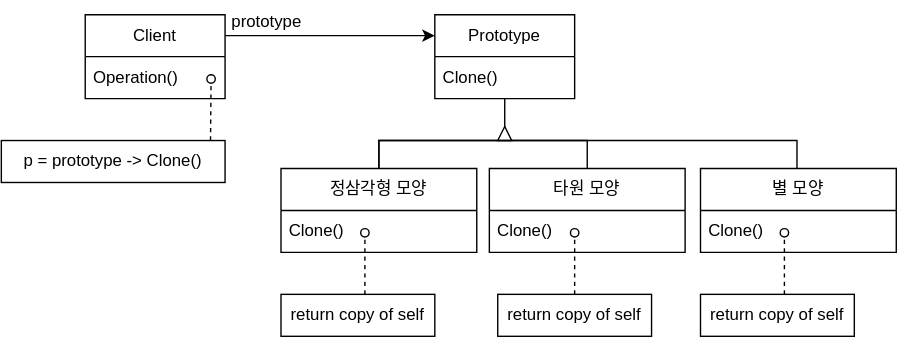
Before: resource/A5/05D983-3E2E-4D0C-8ABE-C309FEB96F75/example-drawing.svg, a diagram exported from draw.io (johngrib/johngrib.github.io). Source tidied: cells renumbered, new cells last; positions are measured from the earlier drawing's top-left corner, leaving out a move shared by most shapes.
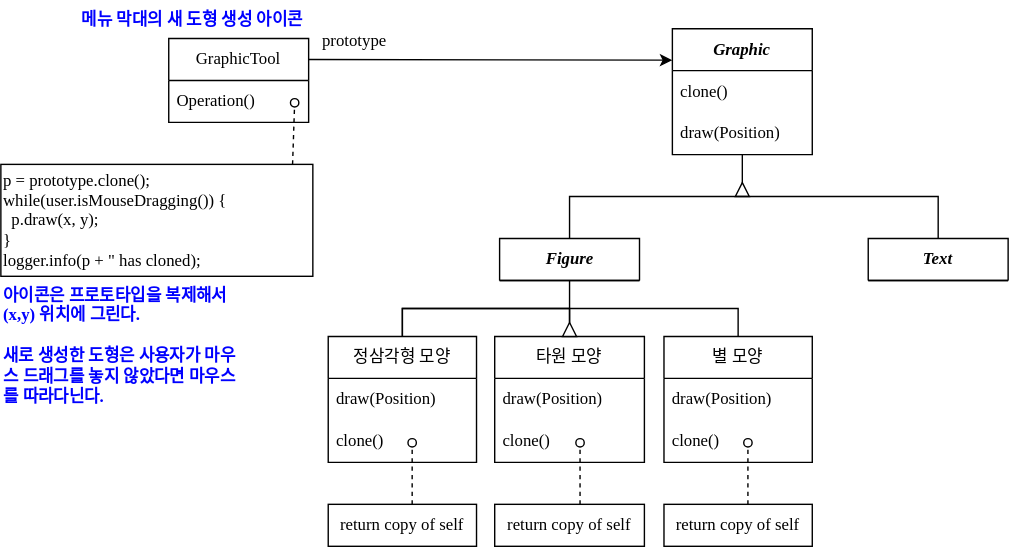
The same file after the commit.

Change to the diagram source:
```diff
@@ -2,99 +2,137 @@
   <root>
     <mxCell id="0" />
     <mxCell id="1" parent="0" />
+    <mxCell id="26" style="edgeStyle=orthogonalEdgeStyle;rounded=0;jettySize=auto;html=1;entryX=1;entryY=0.5;entryDx=0;entryDy=0;endArrow=none;endFill=0;" parent="1" edge="1" source="34" target="35">
+      <mxGeometry relative="1" as="geometry" />
+    </mxCell>
+    <mxCell id="27" value="&amp;nbsp;메뉴 막대의 새 도형 생성 아이콘" style="text;html=1;fillColor=none;align=left;verticalAlign=top;whiteSpace=wrap;rounded=0;horizontal=1;fontColor=#0000FF;fontStyle=1;fontFamily=Verdana;" parent="1" vertex="1">
+      <mxGeometry x="-7" y="-10" width="170" height="30" as="geometry" />
+    </mxCell>
-    <mxCell id="2" value="Client" style="swimlane;fontStyle=0;horizontal=1;startSize=30;whiteSpace=wrap;html=1;" parent="1" vertex="1">
-      <mxGeometry x="60" y="10" width="100" height="60" as="geometry" />
+    <mxCell id="2" value="GraphicTool" style="swimlane;fontStyle=0;horizontal=1;startSize=30;whiteSpace=wrap;html=1;fontFamily=Verdana;" parent="1" vertex="1">
+      <mxGeometry x="60" y="17" width="100" height="60" as="geometry" />
     </mxCell>
-    <mxCell id="3" value="Operation()" style="text;strokeColor=none;fillColor=none;align=left;verticalAlign=middle;spacingLeft=4;spacingRight=4;overflow=hidden;whiteSpace=wrap;html=1;" parent="2" vertex="1">
+    <mxCell id="3" value="Operation()" style="text;strokeColor=none;fillColor=none;align=left;verticalAlign=middle;spacingLeft=4;spacingRight=4;overflow=hidden;whiteSpace=wrap;html=1;fontFamily=Verdana;" parent="2" vertex="1">
       <mxGeometry y="30" width="100" height="30" as="geometry" />
     </mxCell>
-    <mxCell id="4" value="Prototype" style="swimlane;fontStyle=0;horizontal=1;startSize=30;whiteSpace=wrap;html=1;" parent="1" vertex="1">
-      <mxGeometry x="310" y="10" width="100" height="60" as="geometry" />
+    <mxCell id="4" value="&lt;i&gt;&lt;b&gt;Graphic&lt;/b&gt;&lt;/i&gt;" style="swimlane;fontStyle=0;horizontal=1;startSize=30;whiteSpace=wrap;html=1;fontFamily=Verdana;" parent="1" vertex="1">
+      <mxGeometry x="420" y="10" width="100" height="90" as="geometry" />
     </mxCell>
-    <mxCell id="5" value="Clone()" style="text;strokeColor=none;fillColor=none;align=left;verticalAlign=middle;spacingLeft=4;spacingRight=4;overflow=hidden;points=[[0,0.5],[1,0.5]];portConstraint=eastwest;whiteSpace=wrap;html=1;" parent="4" vertex="1">
+    <mxCell id="5" value="clone()" style="text;strokeColor=none;fillColor=none;align=left;verticalAlign=middle;spacingLeft=4;spacingRight=4;overflow=hidden;points=[[0,0.5],[1,0.5]];portConstraint=eastwest;whiteSpace=wrap;html=1;fontFamily=Verdana;" parent="4" vertex="1">
       <mxGeometry y="30" width="100" height="30" as="geometry" />
     </mxCell>
+    <mxCell id="28" value="draw(Position)" style="text;strokeColor=none;fillColor=none;align=left;verticalAlign=middle;spacingLeft=4;spacingRight=4;overflow=hidden;whiteSpace=wrap;html=1;fontFamily=Verdana;" parent="4" vertex="1">
+      <mxGeometry y="60" width="100" height="30" as="geometry" />
+    </mxCell>
-    <mxCell id="6" style="endArrow=classic;html=1;rounded=0;exitX=1;exitY=0.25;exitDx=0;exitDy=0;entryX=0;entryY=0.25;entryDx=0;entryDy=0;" parent="1" edge="1" source="2" target="4">
+    <mxCell id="6" style="endArrow=classic;html=1;rounded=0;exitX=1;exitY=0.25;exitDx=0;exitDy=0;entryX=0;entryY=0.25;entryDx=0;entryDy=0;fontFamily=Verdana;" parent="1" edge="1" source="2" target="4">
       <mxGeometry relative="1" as="geometry" />
     </mxCell>
-    <mxCell id="7" value="p = prototype -&amp;gt; Clone()" style="rounded=0;whiteSpace=wrap;html=1;" parent="1" vertex="1">
-      <mxGeometry y="100" width="160" height="30" as="geometry" />
+    <mxCell id="7" value="p = prototype.clone();&lt;br&gt;&lt;div style=&quot;&quot;&gt;&lt;span style=&quot;background-color: initial;&quot;&gt;while(user.isMouseDragging()) {&lt;/span&gt;&lt;/div&gt;&lt;div style=&quot;&quot;&gt;&lt;span style=&quot;background-color: initial;&quot;&gt;&amp;nbsp; p.draw(x, y);&lt;/span&gt;&lt;/div&gt;&lt;div style=&quot;&quot;&gt;&lt;span style=&quot;background-color: initial;&quot;&gt;}&lt;/span&gt;&lt;/div&gt;&lt;div style=&quot;&quot;&gt;logger.info(p + &quot; has cloned);&lt;/div&gt;" style="rounded=0;whiteSpace=wrap;html=1;align=left;fontFamily=Verdana;" parent="1" vertex="1">
+      <mxGeometry x="-60" y="107" width="223" height="80" as="geometry" />
     </mxCell>
-    <mxCell id="8" style="endArrow=oval;dashed=1;html=1;rounded=0;endFill=0;exitX=0.935;exitY=0;exitDx=0;exitDy=0;exitPerimeter=0;" parent="1" edge="1" source="7">
+    <mxCell id="8" style="endArrow=oval;dashed=1;html=1;rounded=0;endFill=0;exitX=0.935;exitY=0;exitDx=0;exitDy=0;exitPerimeter=0;fontFamily=Verdana;" parent="1" edge="1" source="7">
       <mxGeometry relative="1" as="geometry">
-        <mxPoint x="150" y="56" as="targetPoint" />
+        <mxPoint x="150" y="63" as="targetPoint" />
       </mxGeometry>
     </mxCell>
-    <mxCell id="9" value="정삼각형 모양" style="swimlane;fontStyle=0;horizontal=1;startSize=30;whiteSpace=wrap;html=1;" parent="1" vertex="1">
-      <mxGeometry x="200" y="120" width="140" height="60" as="geometry" />
+    <mxCell id="9" value="정삼각형 모양" style="swimlane;fontStyle=0;horizontal=1;startSize=30;whiteSpace=wrap;html=1;fontFamily=Verdana;" parent="1" vertex="1">
+      <mxGeometry x="174" y="230" width="106" height="90" as="geometry" />
     </mxCell>
+    <mxCell id="29" value="draw(Position)" style="text;strokeColor=none;fillColor=none;align=left;verticalAlign=middle;spacingLeft=4;spacingRight=4;overflow=hidden;whiteSpace=wrap;html=1;fontFamily=Verdana;" parent="9" vertex="1">
+      <mxGeometry y="30" width="106" height="30" as="geometry" />
+    </mxCell>
-    <mxCell id="10" value="Clone()" style="text;strokeColor=none;fillColor=none;align=left;verticalAlign=middle;spacingLeft=4;spacingRight=4;overflow=hidden;whiteSpace=wrap;html=1;" parent="9" vertex="1">
-      <mxGeometry y="30" width="140" height="30" as="geometry" />
+    <mxCell id="10" value="clone()" style="text;strokeColor=none;fillColor=none;align=left;verticalAlign=middle;spacingLeft=4;spacingRight=4;overflow=hidden;whiteSpace=wrap;html=1;fontFamily=Verdana;" parent="9" vertex="1">
+      <mxGeometry y="60" width="106" height="30" as="geometry" />
     </mxCell>
-    <mxCell id="11" value="타원 모양" style="swimlane;fontStyle=0;horizontal=1;startSize=30;whiteSpace=wrap;html=1;" parent="1" vertex="1">
-      <mxGeometry x="349" y="120" width="140" height="60" as="geometry" />
+    <mxCell id="11" value="타원 모양" style="swimlane;fontStyle=0;horizontal=1;startSize=30;whiteSpace=wrap;html=1;fontFamily=Verdana;" parent="1" vertex="1">
+      <mxGeometry x="293" y="230" width="107" height="90" as="geometry" />
     </mxCell>
+    <mxCell id="30" value="draw(Position)" style="text;strokeColor=none;fillColor=none;align=left;verticalAlign=middle;spacingLeft=4;spacingRight=4;overflow=hidden;whiteSpace=wrap;html=1;fontFamily=Verdana;" parent="11" vertex="1">
+      <mxGeometry y="30" width="107" height="30" as="geometry" />
+    </mxCell>
-    <mxCell id="12" value="Clone()" style="text;strokeColor=none;fillColor=none;align=left;verticalAlign=middle;spacingLeft=4;spacingRight=4;overflow=hidden;whiteSpace=wrap;html=1;" parent="11" vertex="1">
-      <mxGeometry y="30" width="140" height="30" as="geometry" />
+    <mxCell id="12" value="clone()" style="text;strokeColor=none;fillColor=none;align=left;verticalAlign=middle;spacingLeft=4;spacingRight=4;overflow=hidden;whiteSpace=wrap;html=1;fontFamily=Verdana;" parent="11" vertex="1">
+      <mxGeometry y="60" width="107" height="30" as="geometry" />
     </mxCell>
-    <mxCell id="13" value="return copy of self" style="rounded=0;whiteSpace=wrap;html=1;" parent="1" vertex="1">
-      <mxGeometry x="200" y="210" width="110" height="30" as="geometry" />
+    <mxCell id="13" value="return copy of self" style="rounded=0;whiteSpace=wrap;html=1;fontFamily=Verdana;" parent="1" vertex="1">
+      <mxGeometry x="174" y="350" width="106" height="30" as="geometry" />
     </mxCell>
-    <mxCell id="14" value="return copy of self" style="rounded=0;whiteSpace=wrap;html=1;" parent="1" vertex="1">
-      <mxGeometry x="355" y="210" width="110" height="30" as="geometry" />
+    <mxCell id="14" value="return copy of self" style="rounded=0;whiteSpace=wrap;html=1;fontFamily=Verdana;" parent="1" vertex="1">
+      <mxGeometry x="293" y="350" width="107" height="30" as="geometry" />
     </mxCell>
-    <mxCell id="15" style="endArrow=none;html=1;rounded=0;edgeStyle=elbowEdgeStyle;elbow=vertical;exitX=0.5;exitY=0;exitDx=0;exitDy=0;entryX=0.5;entryY=0;entryDx=0;entryDy=0;" parent="1" edge="1" source="9" target="11">
+    <mxCell id="15" style="endArrow=none;html=1;rounded=0;edgeStyle=elbowEdgeStyle;elbow=vertical;exitX=0.5;exitY=0;exitDx=0;exitDy=0;entryX=0.5;entryY=0;entryDx=0;entryDy=0;fontFamily=Verdana;" parent="1" edge="1" source="9" target="11">
       <mxGeometry relative="1" as="geometry">
         <Array as="points">
-          <mxPoint x="360" y="100" />
+          <mxPoint x="294" y="210" />
         </Array>
       </mxGeometry>
     </mxCell>
-    <mxCell id="16" style="endArrow=none;html=1;rounded=0;" parent="1" edge="1" target="5">
+    <mxCell id="16" style="endArrow=none;html=1;rounded=0;fontFamily=Verdana;" parent="1" edge="1">
       <mxGeometry relative="1" as="geometry">
-        <mxPoint x="360" y="100" as="sourcePoint" />
+        <mxPoint x="470" y="130" as="sourcePoint" />
+        <mxPoint x="470" y="100" as="targetPoint" />
       </mxGeometry>
     </mxCell>
-    <mxCell id="17" style="triangle;whiteSpace=wrap;html=1;rotation=-90;" parent="1" vertex="1">
-      <mxGeometry x="355" y="90" width="10" height="10" as="geometry" />
+    <mxCell id="17" style="triangle;whiteSpace=wrap;html=1;rotation=-90;fontFamily=Verdana;" parent="1" vertex="1">
+      <mxGeometry x="465" y="120" width="10" height="10" as="geometry" />
     </mxCell>
-    <mxCell id="18" style="endArrow=oval;dashed=1;html=1;rounded=0;endFill=0;exitX=0.935;exitY=0;exitDx=0;exitDy=0;exitPerimeter=0;" parent="1" edge="1">
+    <mxCell id="18" style="endArrow=oval;dashed=1;html=1;rounded=0;endFill=0;exitX=0.935;exitY=0;exitDx=0;exitDy=0;exitPerimeter=0;fontFamily=Verdana;" parent="1" edge="1">
       <mxGeometry relative="1" as="geometry">
-        <mxPoint x="260" y="210" as="sourcePoint" />
-        <mxPoint x="260" y="166" as="targetPoint" />
+        <mxPoint x="234" y="350" as="sourcePoint" />
+        <mxPoint x="234" y="306" as="targetPoint" />
       </mxGeometry>
     </mxCell>
-    <mxCell id="19" style="endArrow=oval;dashed=1;html=1;rounded=0;endFill=0;exitX=0.935;exitY=0;exitDx=0;exitDy=0;exitPerimeter=0;" parent="1" edge="1">
+    <mxCell id="19" style="endArrow=oval;dashed=1;html=1;rounded=0;endFill=0;exitX=0.935;exitY=0;exitDx=0;exitDy=0;exitPerimeter=0;fontFamily=Verdana;" parent="1" edge="1">
       <mxGeometry relative="1" as="geometry">
-        <mxPoint x="410" y="210" as="sourcePoint" />
-        <mxPoint x="410" y="166" as="targetPoint" />
+        <mxPoint x="354" y="350" as="sourcePoint" />
+        <mxPoint x="354" y="306" as="targetPoint" />
       </mxGeometry>
     </mxCell>
-    <mxCell id="20" value="prototype" style="text;html=1;strokeColor=none;fillColor=none;align=center;verticalAlign=middle;whiteSpace=wrap;rounded=0;" parent="1" vertex="1">
-      <mxGeometry x="160" width="60" height="30" as="geometry" />
+    <mxCell id="20" value="prototype" style="text;html=1;strokeColor=none;fillColor=none;align=center;verticalAlign=middle;whiteSpace=wrap;rounded=0;fontFamily=Verdana;" parent="1" vertex="1">
+      <mxGeometry x="163" y="4" width="60" height="30" as="geometry" />
     </mxCell>
-    <mxCell id="21" value="별 모양" style="swimlane;fontStyle=0;horizontal=1;startSize=30;whiteSpace=wrap;html=1;" parent="1" vertex="1">
-      <mxGeometry x="500" y="120" width="140" height="60" as="geometry" />
+    <mxCell id="21" value="별 모양" style="swimlane;fontStyle=0;horizontal=1;startSize=30;whiteSpace=wrap;html=1;fontFamily=Verdana;" parent="1" vertex="1">
+      <mxGeometry x="414" y="230" width="106" height="90" as="geometry" />
     </mxCell>
+    <mxCell id="31" value="draw(Position)" style="text;strokeColor=none;fillColor=none;align=left;verticalAlign=middle;spacingLeft=4;spacingRight=4;overflow=hidden;whiteSpace=wrap;html=1;fontFamily=Verdana;" parent="21" vertex="1">
+      <mxGeometry y="30" width="106" height="30" as="geometry" />
+    </mxCell>
-    <mxCell id="22" value="Clone()" style="text;strokeColor=none;fillColor=none;align=left;verticalAlign=middle;spacingLeft=4;spacingRight=4;overflow=hidden;whiteSpace=wrap;html=1;" parent="21" vertex="1">
-      <mxGeometry y="30" width="140" height="30" as="geometry" />
+    <mxCell id="22" value="clone()" style="text;strokeColor=none;fillColor=none;align=left;verticalAlign=middle;spacingLeft=4;spacingRight=4;overflow=hidden;whiteSpace=wrap;html=1;fontFamily=Verdana;" parent="21" vertex="1">
+      <mxGeometry y="60" width="106" height="30" as="geometry" />
     </mxCell>
-    <mxCell id="23" value="return copy of self" style="rounded=0;whiteSpace=wrap;html=1;" parent="1" vertex="1">
-      <mxGeometry x="500" y="210" width="110" height="30" as="geometry" />
+    <mxCell id="23" value="return copy of self" style="rounded=0;whiteSpace=wrap;html=1;fontFamily=Verdana;" parent="1" vertex="1">
+      <mxGeometry x="414" y="350" width="106" height="30" as="geometry" />
     </mxCell>
-    <mxCell id="24" style="endArrow=oval;dashed=1;html=1;rounded=0;endFill=0;exitX=0.935;exitY=0;exitDx=0;exitDy=0;exitPerimeter=0;" parent="1" edge="1">
+    <mxCell id="24" style="endArrow=oval;dashed=1;html=1;rounded=0;endFill=0;exitX=0.935;exitY=0;exitDx=0;exitDy=0;exitPerimeter=0;fontFamily=Verdana;" parent="1" edge="1">
       <mxGeometry relative="1" as="geometry">
-        <mxPoint x="560" y="210" as="sourcePoint" />
-        <mxPoint x="560" y="166" as="targetPoint" />
+        <mxPoint x="474" y="350" as="sourcePoint" />
+        <mxPoint x="474" y="306" as="targetPoint" />
       </mxGeometry>
     </mxCell>
-    <mxCell id="25" style="endArrow=none;html=1;rounded=0;edgeStyle=elbowEdgeStyle;elbow=vertical;exitX=0.5;exitY=0;exitDx=0;exitDy=0;entryX=0.5;entryY=0;entryDx=0;entryDy=0;" parent="1" edge="1" source="9">
+    <mxCell id="25" style="endArrow=none;html=1;rounded=0;edgeStyle=elbowEdgeStyle;elbow=vertical;exitX=0.5;exitY=0;exitDx=0;exitDy=0;entryX=0.5;entryY=0;entryDx=0;entryDy=0;fontFamily=Verdana;" parent="1" edge="1" source="9" target="21">
       <mxGeometry relative="1" as="geometry">
-        <mxPoint x="569" y="120" as="targetPoint" />
         <Array as="points">
-          <mxPoint x="510" y="100" />
+          <mxPoint x="364" y="210" />
         </Array>
       </mxGeometry>
     </mxCell>
+    <mxCell id="32" value="아이콘은 프로토타입을 복제해서&lt;br&gt;(x,y) 위치에 그린다.&lt;br&gt;&lt;br&gt;새로 생성한 도형은 사용자가 마우스 드래그를 놓지 않았다면 마우스를 따라다닌다." style="text;html=1;fillColor=none;align=left;verticalAlign=top;whiteSpace=wrap;rounded=0;horizontal=1;fontColor=#0000FF;fontStyle=1;fontFamily=Verdana;" parent="1" vertex="1">
+      <mxGeometry x="-60" y="187" width="170" height="113" as="geometry" />
+    </mxCell>
+    <mxCell id="33" style="edgeStyle=orthogonalEdgeStyle;rounded=0;jettySize=auto;html=1;entryX=0.5;entryY=0;entryDx=0;entryDy=0;endArrow=none;endFill=0;" parent="1" edge="1" source="34" target="36">
+      <mxGeometry relative="1" as="geometry">
+        <Array as="points">
+          <mxPoint x="347" y="130" />
+          <mxPoint x="610" y="130" />
+        </Array>
+      </mxGeometry>
+    </mxCell>
+    <mxCell id="34" value="&lt;i&gt;&lt;b&gt;Figure&lt;/b&gt;&lt;/i&gt;" style="swimlane;fontStyle=0;horizontal=1;startSize=30;whiteSpace=wrap;html=1;fontFamily=Verdana;" parent="1" vertex="1">
+      <mxGeometry x="296.5" y="160" width="100" height="30" as="geometry" />
+    </mxCell>
+    <mxCell id="35" style="triangle;whiteSpace=wrap;html=1;rotation=-90;fontFamily=Verdana;" parent="1" vertex="1">
+      <mxGeometry x="341.5" y="220" width="10" height="10" as="geometry" />
+    </mxCell>
+    <mxCell id="36" value="&lt;i&gt;&lt;b&gt;Text&lt;/b&gt;&lt;/i&gt;" style="swimlane;fontStyle=0;horizontal=1;startSize=30;whiteSpace=wrap;html=1;fontFamily=Verdana;" parent="1" vertex="1">
+      <mxGeometry x="560" y="160" width="100" height="30" as="geometry" />
+    </mxCell>
   </root>
 </mxGraphModel>
```
